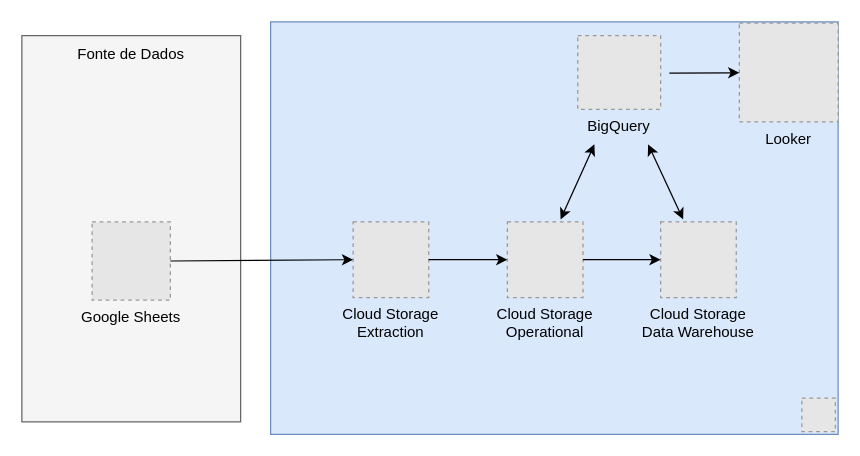
Earlier version of the draw.io diagram doc/architecture.drawio (matbragan/gestao-condominial). Source tidied: cells renumbered, new cells numbered last; positions are measured from the earlier drawing's top-left corner, leaving out a move shared by most shapes. Both pictures are drawn from the tidied source at 125%, with x=0, y=0 at pixel (21, 21). Pictures stored in the file or linked from it are replaced by grey dashed boxes.
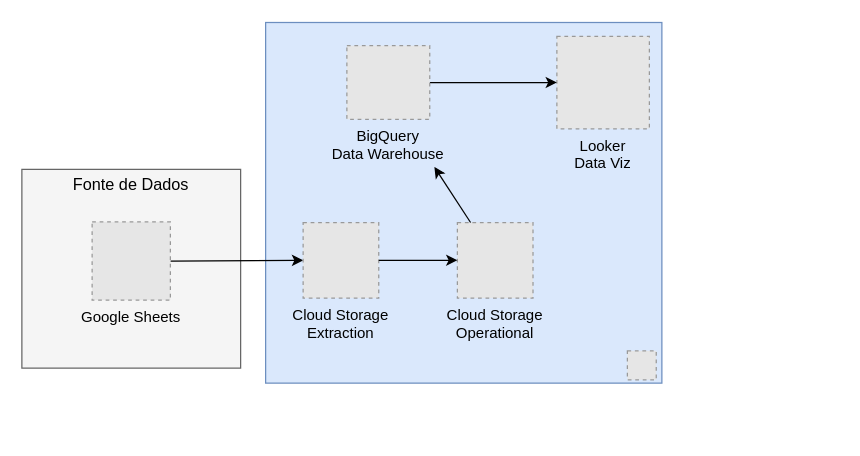
Above is the later version.

Commit message (it also covers changes not shown here):
remodeling the architecture

The edit, as a diff of the source:
```diff
@@
-    <mxCell id="2" style="group;" parent="1" vertex="1">
-      <mxGeometry x="199" width="454" height="330" as="geometry" />
-    </mxCell>
+    <mxCell id="20" style="group;" parent="1" vertex="1">
+      <mxGeometry x="195" y="0.5" width="317" height="288.5" as="geometry" />
+    </mxCell>
-    <mxCell id="3" style="rounded=0;whiteSpace=wrap;html=1;fillColor=#dae8fc;strokeColor=#6c8ebf;" parent="2" vertex="1">
-      <mxGeometry width="454" height="330" as="geometry" />
+    <mxCell id="3" style="rounded=0;whiteSpace=wrap;html=1;fillColor=#dae8fc;strokeColor=#6c8ebf;" parent="20" vertex="1">
+      <mxGeometry width="317" height="288.5" as="geometry" />
     </mxCell>
-    <mxCell id="4" style="fillColor=#E6E6E6;strokeColor=#999999;dashed=1;verticalLabelPosition=bottom;verticalAlign=top;fontColor=#000000;" parent="2" vertex="1">
-      <mxGeometry x="425" y="301" width="26.8" height="26.8" as="geometry" />
+    <mxCell id="4" style="fillColor=#E6E6E6;strokeColor=#999999;dashed=1;verticalLabelPosition=bottom;verticalAlign=top;fontColor=#000000;" parent="20" vertex="1">
+      <mxGeometry x="289.4" y="262.7" width="23.1" height="23.1" as="geometry" />
     </mxCell>
+    <mxCell id="21" style="group;" parent="1" vertex="1">
+      <mxGeometry y="118" width="175" height="159" as="geometry" />
+    </mxCell>
+    <mxCell id="16" style="rounded=0;whiteSpace=wrap;html=1;fillColor=#f5f5f5;strokeColor=#666666;fontColor=#333333;" parent="21" vertex="1">
+      <mxGeometry width="175" height="159" as="geometry" />
+    </mxCell>
+    <mxCell id="17" value="&lt;font style=&quot;font-size: 13px;&quot;&gt;Fonte de Dados&lt;/font&gt;" style="text;strokeColor=none;align=center;fillColor=none;html=1;verticalAlign=middle;whiteSpace=wrap;rounded=0;fontColor=#000000;" parent="21" vertex="1">
+      <mxGeometry x="31" y="4" width="113" height="15.3" as="geometry" />
+    </mxCell>
+    <mxCell id="19" style="edgeStyle=none;html=1;entryX=0;entryY=0.5;entryDx=0;entryDy=0;fontColor=#000000;strokeColor=#000000;exitX=1;exitY=0.5;exitDx=0;exitDy=0;" parent="1" edge="1" source="18" target="5">
+      <mxGeometry relative="1" as="geometry" />
+    </mxCell>
+    <mxCell id="18" value="Google Sheets" style="fillColor=#E6E6E6;strokeColor=#999999;dashed=1;verticalLabelPosition=bottom;verticalAlign=top;fontColor=#000000;" parent="1" vertex="1">
+      <mxGeometry x="56.2" y="160" width="62.6" height="62.6" as="geometry" />
+    </mxCell>
-    <mxCell id="5" value="Cloud Storage&#10;Extraction" style="fillColor=#E6E6E6;strokeColor=#999999;dashed=1;verticalLabelPosition=bottom;verticalAlign=top;fontColor=#000000;" parent="2" vertex="1">
-      <mxGeometry x="66" y="160" width="60.5" height="60.5" as="geometry" />
+    <mxCell id="5" value="Cloud Storage&#10;Extraction" style="fillColor=#E6E6E6;strokeColor=#999999;dashed=1;verticalLabelPosition=bottom;verticalAlign=top;fontColor=#000000;" parent="1" vertex="1">
+      <mxGeometry x="225" y="160.5" width="60.5" height="60.5" as="geometry" />
     </mxCell>
-    <mxCell id="6" value="Cloud Storage&#10;Operational" style="fillColor=#E6E6E6;strokeColor=#999999;dashed=1;verticalLabelPosition=bottom;verticalAlign=top;fontColor=#000000;" parent="2" vertex="1">
-      <mxGeometry x="189.4" y="160" width="60.5" height="60.5" as="geometry" />
+    <mxCell id="6" value="Cloud Storage&#10;Operational" style="fillColor=#E6E6E6;strokeColor=#999999;dashed=1;verticalLabelPosition=bottom;verticalAlign=top;fontColor=#000000;" parent="1" vertex="1">
+      <mxGeometry x="348.4" y="160.5" width="60.5" height="60.5" as="geometry" />
     </mxCell>
-    <mxCell id="7" style="edgeStyle=none;html=1;entryX=0;entryY=0.5;entryDx=0;entryDy=0;strokeColor=#000000;" parent="2" edge="1" source="5" target="6">
+    <mxCell id="7" style="edgeStyle=none;html=1;entryX=0;entryY=0.5;entryDx=0;entryDy=0;strokeColor=#000000;" parent="1" edge="1" source="5" target="6">
       <mxGeometry relative="1" as="geometry" />
     </mxCell>
-    <mxCell id="8" style="edgeStyle=none;html=1;strokeColor=#000000;startArrow=classic;startFill=1;" parent="2" edge="1">
-      <mxGeometry relative="1" as="geometry">
-        <mxPoint x="259" y="98" as="sourcePoint" />
-        <mxPoint x="232" y="158" as="targetPoint" />
-      </mxGeometry>
-    </mxCell>
-    <mxCell id="9" style="edgeStyle=none;html=1;strokeColor=#000000;startArrow=classic;startFill=1;" parent="2" edge="1">
-      <mxGeometry relative="1" as="geometry">
-        <mxPoint x="330" y="158" as="sourcePoint" />
-        <mxPoint x="302" y="98" as="targetPoint" />
-      </mxGeometry>
-    </mxCell>
-    <mxCell id="10" value="Looker" style="fillColor=#E6E6E6;strokeColor=#999999;dashed=1;verticalLabelPosition=bottom;labelBackgroundColor=none;verticalAlign=top;fontColor=#000000;" parent="2" vertex="1">
-      <mxGeometry x="375" y="1" width="79" height="79" as="geometry" />
+    <mxCell id="10" value="Looker&#10;Data Viz" style="fillColor=#E6E6E6;strokeColor=#999999;dashed=1;verticalLabelPosition=bottom;labelBackgroundColor=none;verticalAlign=top;fontColor=#000000;" parent="1" vertex="1">
+      <mxGeometry x="428" y="11.5" width="74" height="74" as="geometry" />
     </mxCell>
-    <mxCell id="11" value="Cloud Storage&#10;Data Warehouse" style="fillColor=#E6E6E6;strokeColor=#999999;dashed=1;verticalLabelPosition=bottom;verticalAlign=top;fontColor=#000000;" parent="2" vertex="1">
-      <mxGeometry x="312" y="160" width="60.5" height="60.5" as="geometry" />
-    </mxCell>
-    <mxCell id="12" style="edgeStyle=none;html=1;strokeColor=#000000;fontColor=#000000;startArrow=none;startFill=0;endArrow=classic;endFill=1;" parent="2" edge="1" source="6" target="11">
-      <mxGeometry relative="1" as="geometry" />
-    </mxCell>
-    <mxCell id="13" style="edgeStyle=none;html=1;strokeColor=#000000;fontColor=#000000;startArrow=none;startFill=0;endArrow=classic;endFill=1;" parent="2" edge="1" target="10">
-      <mxGeometry relative="1" as="geometry">
-        <mxPoint x="319" y="41" as="sourcePoint" />
-      </mxGeometry>
-    </mxCell>
+    <mxCell id="22" style="edgeStyle=none;html=1;strokeColor=#000000;entryX=0;entryY=0.5;entryDx=0;entryDy=0;" parent="1" edge="1" source="14" target="10">
+      <mxGeometry relative="1" as="geometry" />
+    </mxCell>
-    <mxCell id="14" value="BigQuery" style="fillColor=#E6E6E6;strokeColor=#999999;dashed=1;verticalLabelPosition=bottom;verticalAlign=top;fontColor=#000000;" parent="2" vertex="1">
-      <mxGeometry x="245.7" y="11" width="66.3" height="59" as="geometry" />
+    <mxCell id="14" value="BigQuery&#10;Data Warehouse" style="fillColor=#E6E6E6;strokeColor=#999999;dashed=1;verticalLabelPosition=bottom;verticalAlign=top;fontColor=#000000;" parent="1" vertex="1">
+      <mxGeometry x="260" y="19" width="66.3" height="59" as="geometry" />
     </mxCell>
-    <mxCell id="15" style="group;" parent="1" vertex="1">
-      <mxGeometry y="11" width="175" height="309" as="geometry" />
-    </mxCell>
-    <mxCell id="16" style="rounded=0;whiteSpace=wrap;html=1;fillColor=#f5f5f5;strokeColor=#666666;fontColor=#333333;" parent="15" vertex="1">
-      <mxGeometry width="175" height="309" as="geometry" />
-    </mxCell>
-    <mxCell id="17" value="Fonte de Dados" style="text;strokeColor=none;align=center;fillColor=none;html=1;verticalAlign=middle;whiteSpace=wrap;rounded=0;fontColor=#000000;" parent="15" vertex="1">
-      <mxGeometry x="39" width="97" height="29.8" as="geometry" />
-    </mxCell>
-    <mxCell id="18" value="Google Sheets" style="fillColor=#E6E6E6;strokeColor=#999999;dashed=1;verticalLabelPosition=bottom;verticalAlign=top;fontColor=#000000;" parent="15" vertex="1">
-      <mxGeometry x="56.2" y="149" width="62.6" height="62.6" as="geometry" />
-    </mxCell>
-    <mxCell id="19" style="edgeStyle=none;html=1;entryX=0;entryY=0.5;entryDx=0;entryDy=0;fontColor=#000000;strokeColor=#000000;exitX=1;exitY=0.5;exitDx=0;exitDy=0;" parent="1" edge="1" source="18" target="5">
-      <mxGeometry relative="1" as="geometry" />
-    </mxCell>
+    <mxCell id="2" style="edgeStyle=none;html=1;strokeColor=#000000;" parent="1" edge="1" source="6">
+      <mxGeometry relative="1" as="geometry">
+        <mxPoint x="330" y="116" as="targetPoint" />
+      </mxGeometry>
+    </mxCell>
```
